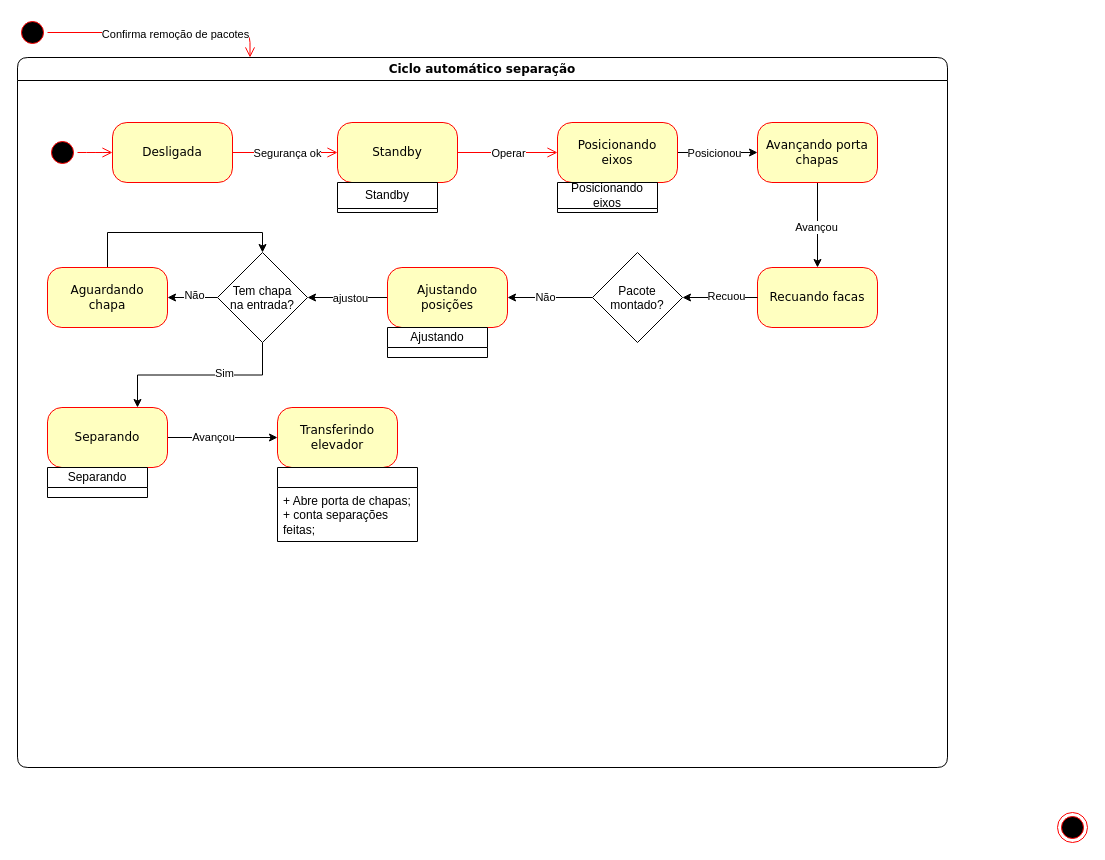
Earlier version of the draw.io diagram separar_pacotes_M05511N01.drawio (JonanMuller/WEGDiagrams). Source tidied: cells renumbered, new cells numbered last; positions are measured from the earlier drawing's top-left corner, leaving out a move shared by most shapes. Both pictures are drawn from the tidied source at 100%, with x=0, y=0 at pixel (17, 17).
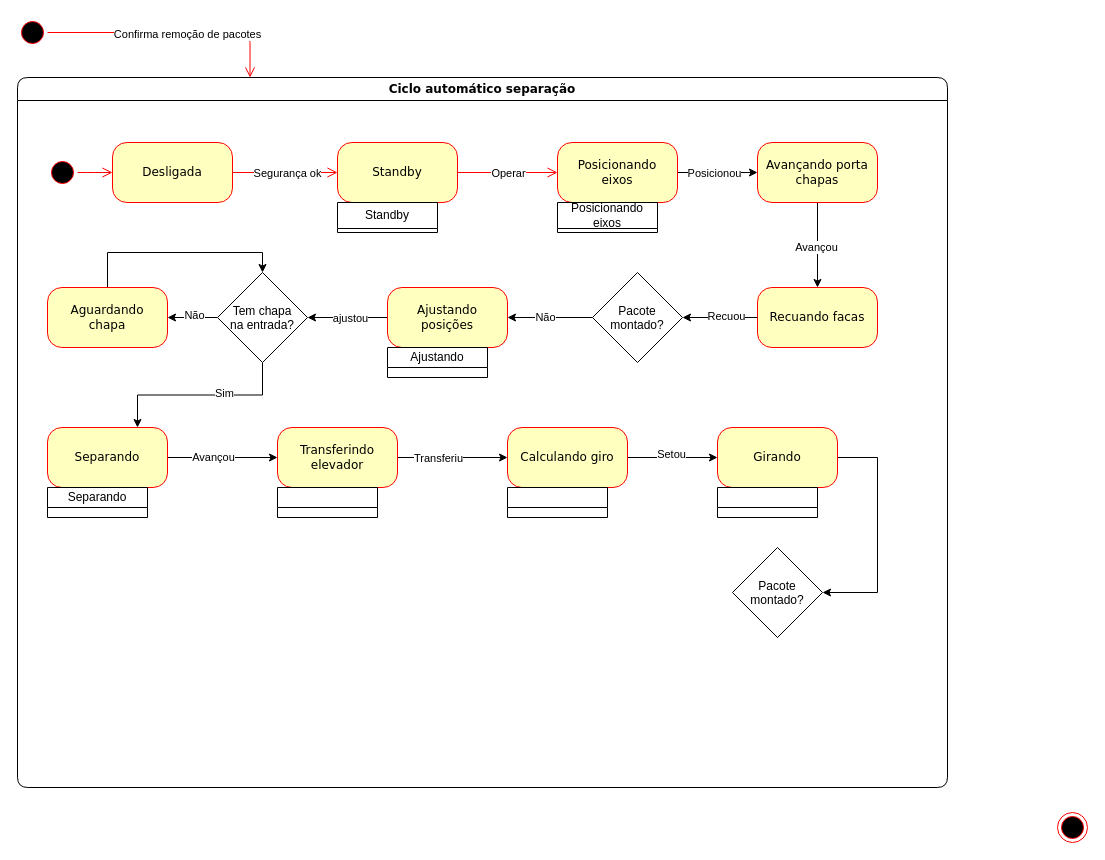
The same page after the edit.

The change refers to these unchanged cells:
```xml
<mxCell id="41" value="Transferindo&lt;div&gt;elevador&lt;/div&gt;" style="rounded=1;whiteSpace=wrap;html=1;arcSize=24;fillColor=#ffffc0;strokeColor=#ff0000;shadow=0;comic=0;labelBackgroundColor=none;fontFamily=Verdana;fontSize=12;fontColor=#000000;align=center;" parent="3" vertex="1">
  <mxGeometry x="260" y="350" width="120" height="60" as="geometry" />
</mxCell>
```

The edit, as a diff of the source:
```diff
@@
     <mxCell id="3" value="Ciclo automático separação" style="swimlane;whiteSpace=wrap;html=1;rounded=1;shadow=0;comic=0;labelBackgroundColor=none;strokeWidth=1;fontFamily=Verdana;fontSize=12;align=center;" parent="1" vertex="1">
-      <mxGeometry y="40" width="930" height="710" as="geometry" />
+      <mxGeometry y="60" width="930" height="710" as="geometry" />
     </mxCell>
@@
+    <mxCell id="48" style="edgeStyle=orthogonalEdgeStyle;rounded=0;jettySize=auto;html=1;" parent="3" edge="1" source="41" target="52">
+      <mxGeometry relative="1" as="geometry" />
+    </mxCell>
+    <mxCell id="49" value="Transferiu" style="edgeLabel;html=1;align=center;verticalAlign=middle;" parent="48" vertex="1">
+      <mxGeometry x="-0.27" relative="1" as="geometry" />
+    </mxCell>
@@
-    <mxCell id="42" style="swimlane;fontStyle=0;horizontal=1;startSize=20;fillColor=none;whiteSpace=wrap;html=1;" parent="3" vertex="1">
-      <mxGeometry x="260" y="410" width="140" height="74" as="geometry" />
+    <mxCell id="42" style="swimlane;fontStyle=0;horizontal=1;startSize=20;fillColor=none;whiteSpace=wrap;html=1;" parent="3" vertex="1" collapsed="1">
+      <mxGeometry x="260" y="410" width="100" height="30" as="geometry" />
     </mxCell>
-    <mxCell id="43" value="+ Abre porta de chapas;&lt;div&gt;+ conta separações feitas;&lt;/div&gt;" style="text;strokeColor=none;fillColor=none;align=left;verticalAlign=top;spacingLeft=4;spacingRight=4;overflow=hidden;whiteSpace=wrap;html=1;" parent="42" vertex="1">
-      <mxGeometry y="20" width="140" height="54" as="geometry" />
-    </mxCell>
+    <mxCell id="50" style="edgeStyle=orthogonalEdgeStyle;rounded=0;jettySize=auto;html=1;" parent="3" edge="1" source="52" target="55">
+      <mxGeometry relative="1" as="geometry" />
+    </mxCell>
+    <mxCell id="51" value="Setou" style="edgeLabel;html=1;align=center;verticalAlign=middle;" parent="50" vertex="1">
+      <mxGeometry x="-0.04" y="4" relative="1" as="geometry" />
+    </mxCell>
+    <mxCell id="52" value="Calculando giro" style="rounded=1;whiteSpace=wrap;html=1;arcSize=24;fillColor=#ffffc0;strokeColor=#ff0000;shadow=0;comic=0;labelBackgroundColor=none;fontFamily=Verdana;fontSize=12;fontColor=#000000;align=center;" parent="3" vertex="1">
+      <mxGeometry x="490" y="350" width="120" height="60" as="geometry" />
+    </mxCell>
+    <mxCell id="53" style="swimlane;fontStyle=0;horizontal=1;startSize=20;fillColor=none;whiteSpace=wrap;html=1;" parent="3" vertex="1" collapsed="1">
+      <mxGeometry x="490" y="410" width="100" height="30" as="geometry" />
+    </mxCell>
+    <mxCell id="54" style="edgeStyle=orthogonalEdgeStyle;rounded=0;jettySize=auto;html=1;exitX=1;exitY=0.5;exitDx=0;exitDy=0;entryX=1;entryY=0.5;entryDx=0;entryDy=0;" parent="3" edge="1" source="55" target="57">
+      <mxGeometry relative="1" as="geometry">
+        <Array as="points">
+          <mxPoint x="860" y="380" />
+          <mxPoint x="860" y="515" />
+        </Array>
+      </mxGeometry>
+    </mxCell>
+    <mxCell id="55" value="Girando" style="rounded=1;whiteSpace=wrap;html=1;arcSize=24;fillColor=#ffffc0;strokeColor=#ff0000;shadow=0;comic=0;labelBackgroundColor=none;fontFamily=Verdana;fontSize=12;fontColor=#000000;align=center;" parent="3" vertex="1">
+      <mxGeometry x="700" y="350" width="120" height="60" as="geometry" />
+    </mxCell>
+    <mxCell id="56" style="swimlane;fontStyle=0;horizontal=1;startSize=20;fillColor=none;whiteSpace=wrap;html=1;" parent="3" vertex="1" collapsed="1">
+      <mxGeometry x="700" y="410" width="100" height="30" as="geometry" />
+    </mxCell>
+    <mxCell id="57" value="Pacote&#10;montado?" style="rhombus;" parent="3" vertex="1">
+      <mxGeometry x="715" y="470" width="90" height="90" as="geometry" />
+    </mxCell>
@@
     <mxCell id="47" value="Separando" style="swimlane;fontStyle=0;horizontal=1;startSize=20;fillColor=none;whiteSpace=wrap;html=1;" parent="1" vertex="1" collapsed="1">
-      <mxGeometry x="30" y="450" width="100" height="30" as="geometry" />
+      <mxGeometry x="30" y="470" width="100" height="30" as="geometry" />
     </mxCell>
```
